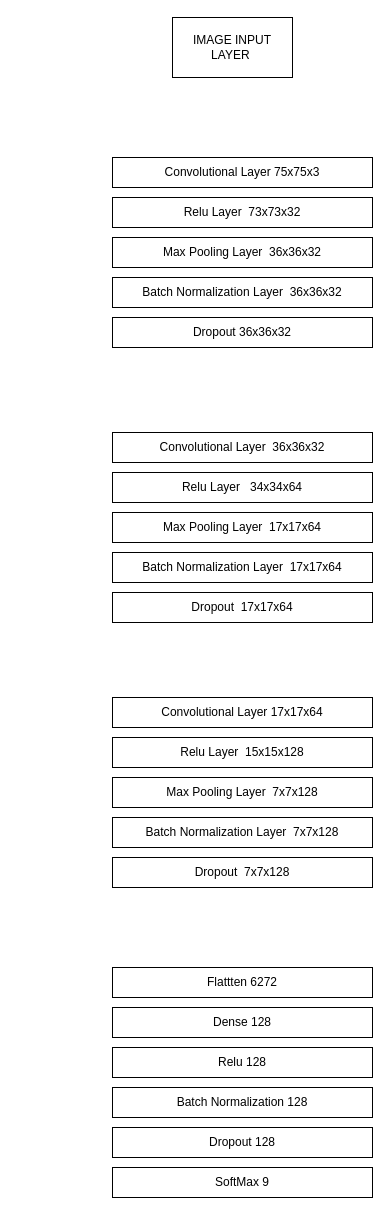
Above: flowchart.drawio in arya-domain/Arya (draw.io), before the change. Source tidied: cells renumbered, new cells numbered last; positions are measured from the earlier drawing's top-left corner, leaving out a move shared by most shapes. Both pictures are drawn from the tidied source at 100%, with x=0, y=0 at pixel (112, 17).
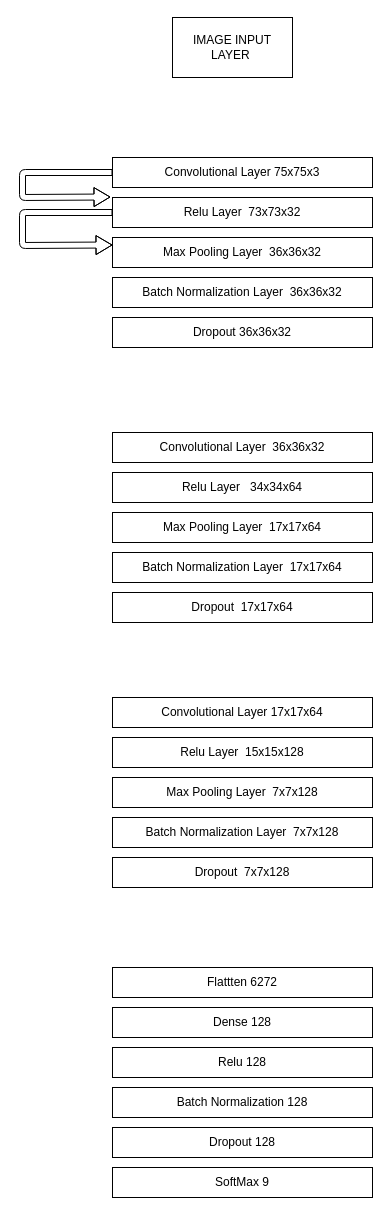
After the change.

The change refers to these unchanged cells:
```xml
<mxCell id="3" value="Convolutional Layer 75x75x3" style="rounded=0;whiteSpace=wrap;html=1;" parent="1" vertex="1">
  <mxGeometry y="140" width="260" height="30" as="geometry" />
</mxCell>
<mxCell id="4" value="Relu Layer&amp;nbsp; 73x73x32" style="rounded=0;whiteSpace=wrap;html=1;" parent="1" vertex="1">
  <mxGeometry y="180" width="260" height="30" as="geometry" />
</mxCell>
<mxCell id="6" value="Max Pooling Layer&amp;nbsp; 36x36x32" style="rounded=0;whiteSpace=wrap;html=1;" parent="1" vertex="1">
  <mxGeometry y="220" width="260" height="30" as="geometry" />
</mxCell>
```

The edit, as a diff of the source:
```diff
@@
+    <mxCell id="24" style="shape=flexArrow;endArrow=classic;html=1;rounded=0;exitX=0;exitY=0.5;exitDx=0;exitDy=0;entryX=0;entryY=0.25;entryDx=0;entryDy=0;strokeWidth=1;endSize=7;startSize=6;strokeColor=none;" parent="1" edge="1" source="3" target="4">
+      <mxGeometry relative="1" as="geometry">
+        <Array as="points">
+          <mxPoint x="-90" y="155" />
+          <mxPoint x="-90" y="188" />
+        </Array>
+      </mxGeometry>
+    </mxCell>
+    <mxCell id="25" style="shape=flexArrow;endArrow=classic;html=1;rounded=1;exitX=0;exitY=0.5;exitDx=0;exitDy=0;entryX=0;entryY=0.25;entryDx=0;entryDy=0;strokeWidth=1;startSize=5;width=6;endSize=5;endWidth=12;" parent="1" edge="1" source="3">
+      <mxGeometry relative="1" as="geometry">
+        <mxPoint x="-2" y="179.5" as="targetPoint" />
+        <Array as="points">
+          <mxPoint x="-90" y="155" />
+          <mxPoint x="-90" y="180" />
+        </Array>
+      </mxGeometry>
+    </mxCell>
+    <mxCell id="26" style="shape=flexArrow;endArrow=classic;html=1;rounded=1;exitX=0;exitY=0.5;exitDx=0;exitDy=0;entryX=0;entryY=0.25;entryDx=0;entryDy=0;strokeWidth=1;startSize=5;width=6;endSize=5;endWidth=12;" parent="1" edge="1" target="6">
+      <mxGeometry relative="1" as="geometry">
+        <mxPoint y="195" as="sourcePoint" />
+        <Array as="points">
+          <mxPoint x="-90" y="195" />
+          <mxPoint x="-90" y="228" />
+        </Array>
+      </mxGeometry>
+    </mxCell>
```
